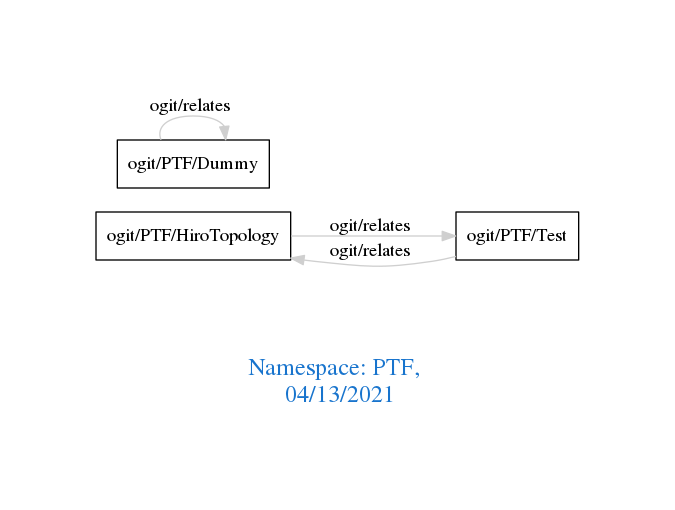
This is downloads/PTF.png from arago/OGIT, a Graphviz export, as it was before one commit. Its source is kept beside it as downloads/PTF.dot.
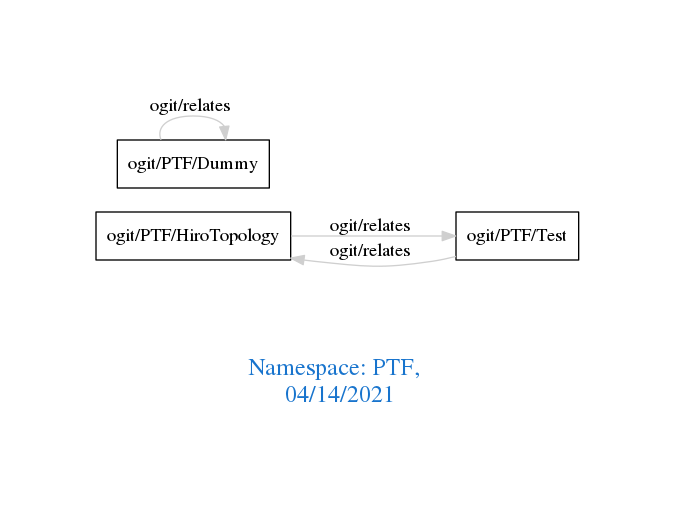
After the change.

Diff of the diagram source:
```diff
@@ -1,7 +1,7 @@
 digraph OGIT_ontology {
  graph [ rankdir= LR,pad=1
 fontsize = 18,
-fontcolor= dodgerblue3,label = "\n\n\nNamespace: PTF, \n 04/13/2021"];
+fontcolor= dodgerblue3,label = "\n\n\nNamespace: PTF, \n 04/14/2021"];
 node[shape=polygon];
 edge [  color="gray81"];
 
```
